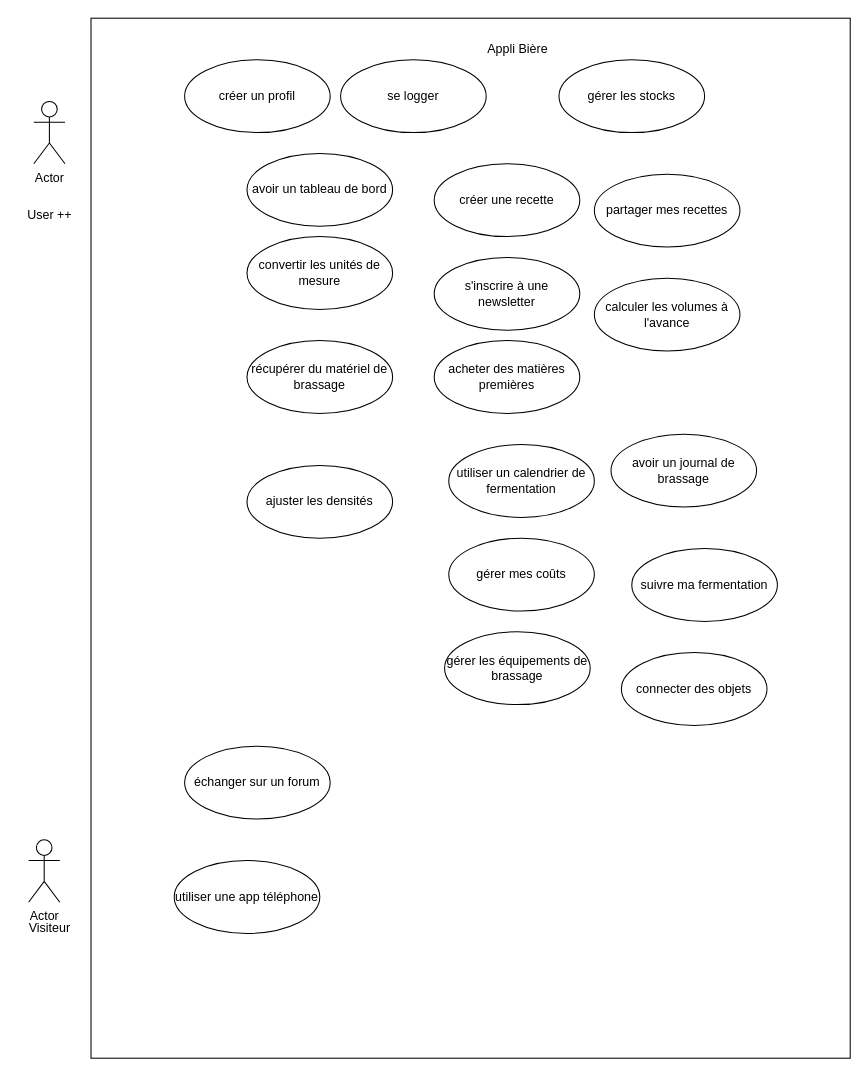
Earlier version of the draw.io diagram cas d'utilisation appli bière.drawio (cyrisa02/Bi-re). Source tidied: cells renumbered, new cells numbered last; positions are measured from the earlier drawing's top-left corner, leaving out a move shared by most shapes. Both pictures are drawn from the tidied source at 104%, with x=0, y=0 at pixel (18, 18).
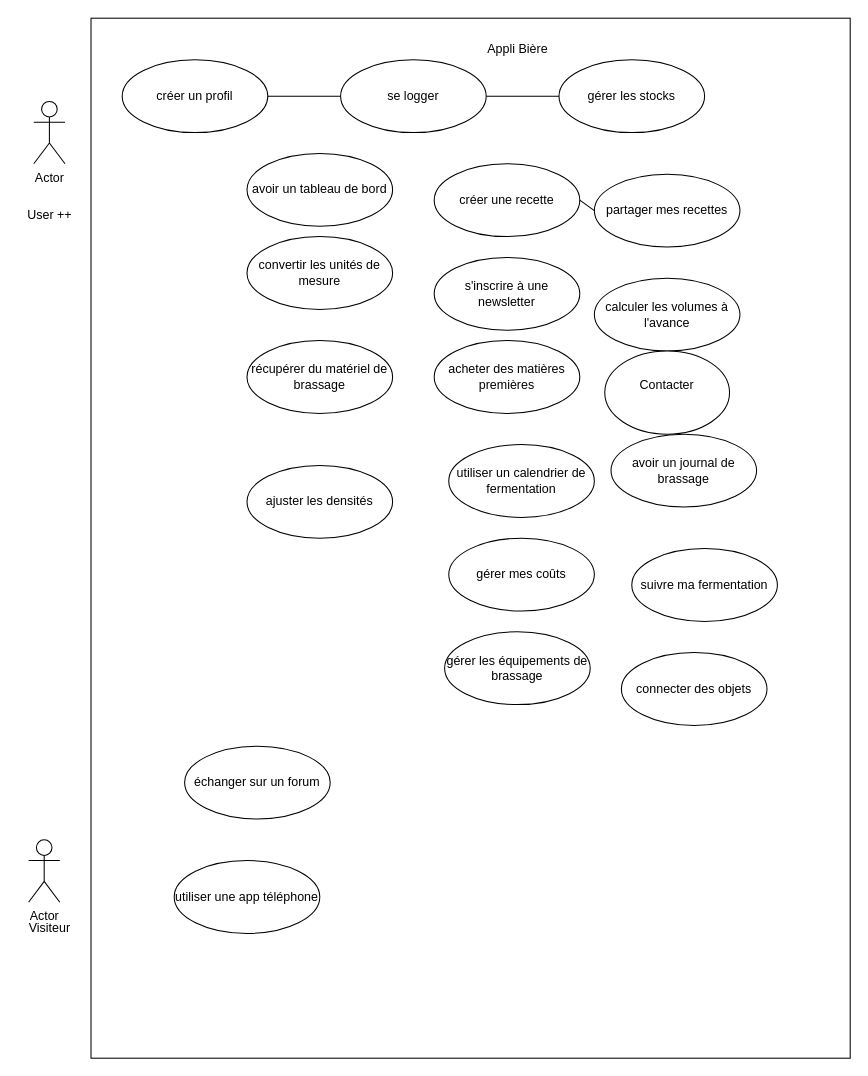
The same diagram, later.

The change refers to these unchanged cells:
```xml
<mxCell id="3" value="se logger" style="ellipse;whiteSpace=wrap;html=1;" parent="1" vertex="1">
  <mxGeometry x="310" y="40" width="140" height="70" as="geometry" />
</mxCell>
<mxCell id="4" value="gérer les stocks" style="ellipse;whiteSpace=wrap;html=1;" parent="1" vertex="1">
  <mxGeometry x="520" y="40" width="140" height="70" as="geometry" />
</mxCell>
<mxCell id="8" value="créer une recette" style="ellipse;whiteSpace=wrap;html=1;" parent="1" vertex="1">
  <mxGeometry x="400" y="140" width="140" height="70" as="geometry" />
</mxCell>
<mxCell id="16" value="partager mes recettes" style="ellipse;whiteSpace=wrap;html=1;" parent="1" vertex="1">
  <mxGeometry x="554" y="150" width="140" height="70" as="geometry" />
</mxCell>
```

The edit, as a diff of the source:
```diff
@@
     <mxCell id="21" value="créer un profil" style="ellipse;whiteSpace=wrap;html=1;" parent="1" vertex="1">
-      <mxGeometry x="160" y="40" width="140" height="70" as="geometry" />
+      <mxGeometry x="100" y="40" width="140" height="70" as="geometry" />
     </mxCell>
@@
+    <mxCell id="30" style="endArrow=none;html=1;rounded=0;" parent="1" edge="1" source="21" target="3">
+      <mxGeometry relative="1" as="geometry" />
+    </mxCell>
+    <mxCell id="31" style="endArrow=none;html=1;rounded=0;entryX=1;entryY=0.5;entryDx=0;entryDy=0;" parent="1" edge="1" source="4" target="3">
+      <mxGeometry relative="1" as="geometry" />
+    </mxCell>
+    <mxCell id="32" style="endArrow=none;html=1;rounded=0;exitX=0;exitY=0.5;exitDx=0;exitDy=0;entryX=1;entryY=0.5;entryDx=0;entryDy=0;" parent="1" edge="1" source="16" target="8">
+      <mxGeometry relative="1" as="geometry" />
+    </mxCell>
+    <mxCell id="33" value="&lt;div&gt;Contacter&lt;/div&gt;&lt;div&gt;&lt;br&gt;&lt;/div&gt;" style="ellipse;whiteSpace=wrap;html=1;" parent="1" vertex="1">
+      <mxGeometry x="564" y="320" width="120" height="80" as="geometry" />
+    </mxCell>
```
